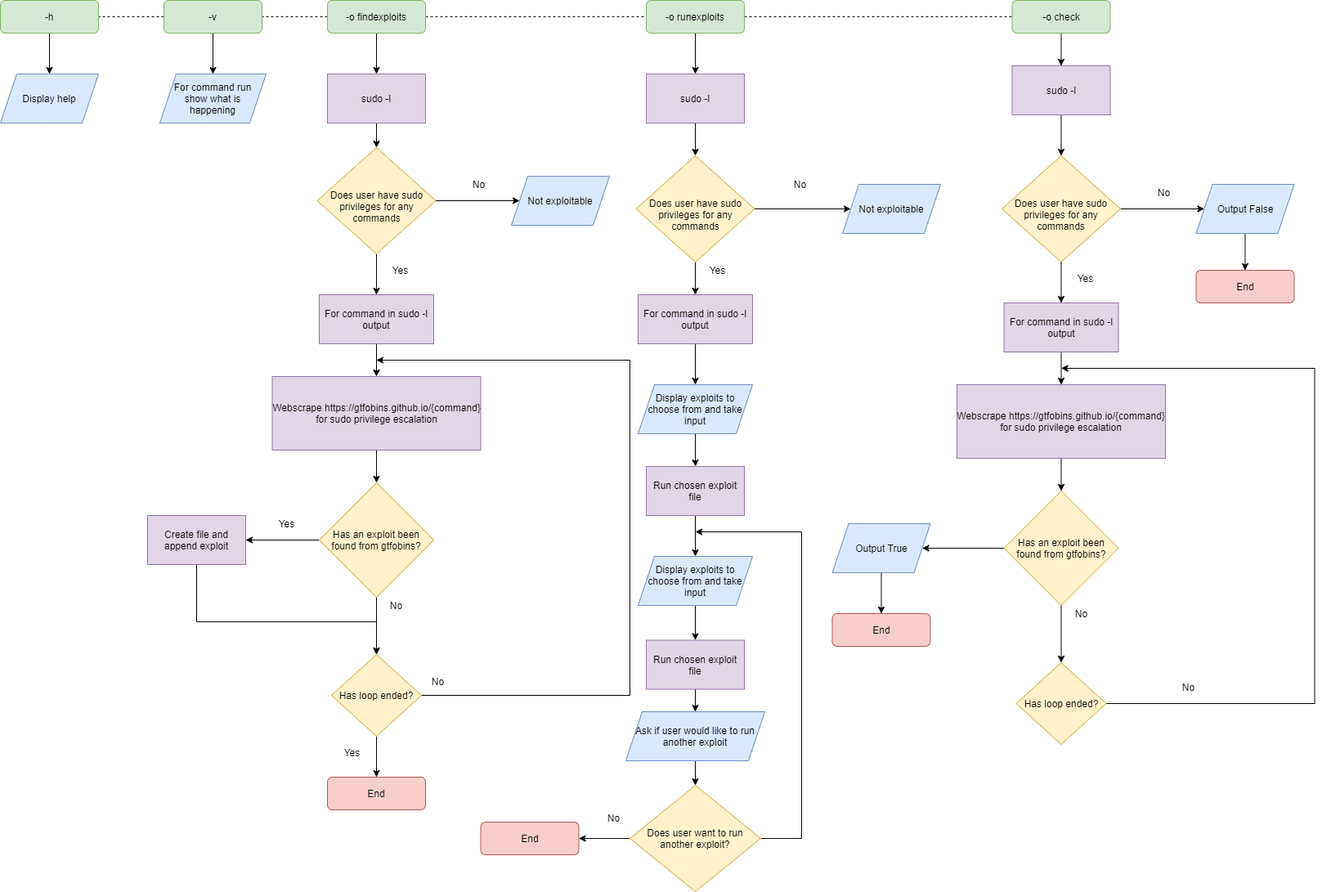
bensmithyx/toolkit keeps this draw.io diagram as Documentation/Charts/pullexploits/Pullexploits-complex-flowchart.png. Above is the earlier version. Source tidied: cells renumbered, new cells last; positions are measured from the earlier drawing's top-left corner, leaving out a move shared by most shapes.
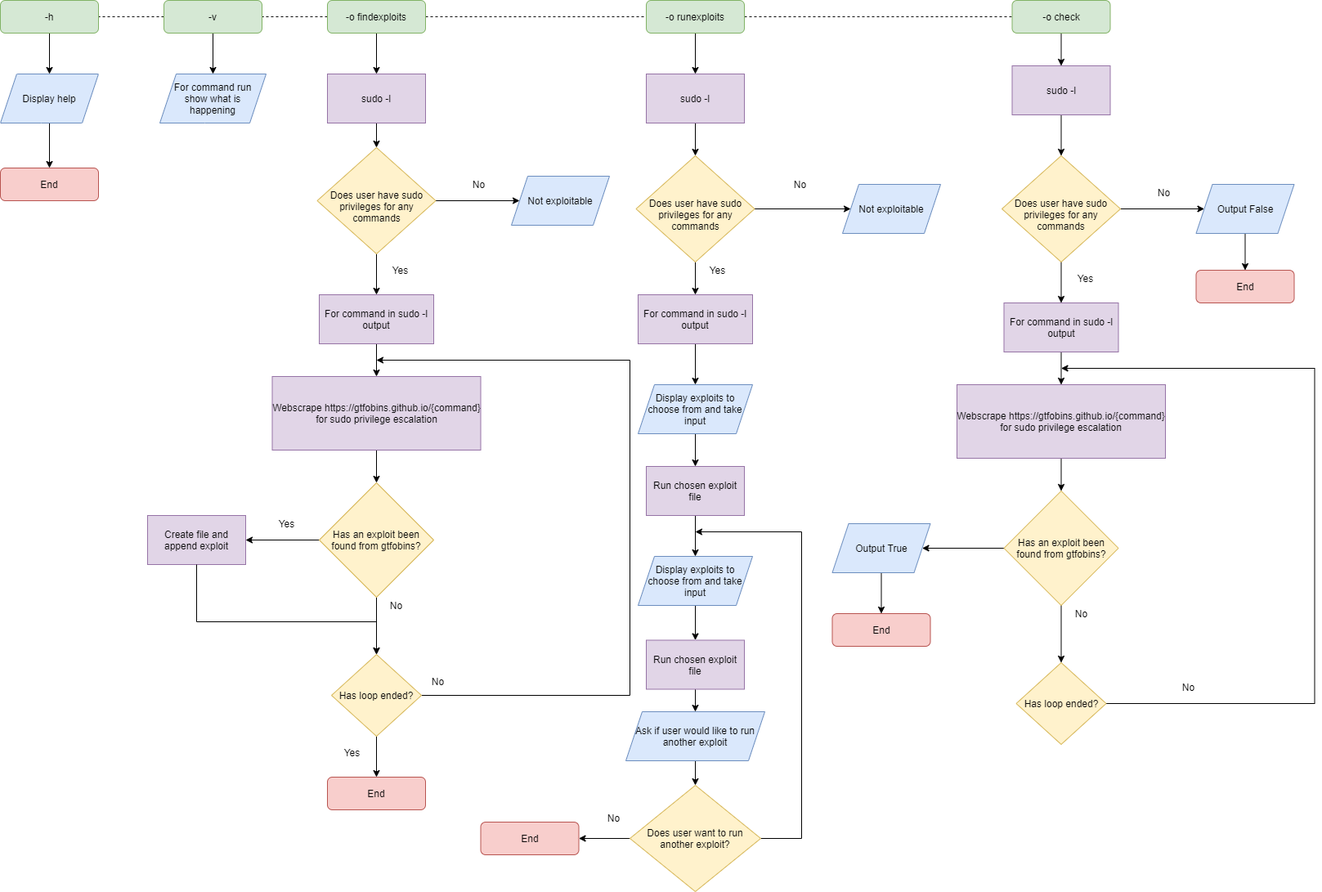
The same diagram one commit later.

Diff of the diagram source:
```diff
@@ -124,6 +124,9 @@
     <mxCell id="38" value="-h" style="rounded=1;whiteSpace=wrap;html=1;fontSize=12;glass=0;strokeWidth=1;shadow=0;fillColor=#d5e8d4;strokeColor=#82b366;" parent="1" vertex="1">
       <mxGeometry width="120" height="40" as="geometry" />
     </mxCell>
+    <mxCell id="92" style="edgeStyle=orthogonalEdgeStyle;rounded=0;jettySize=auto;html=1;exitX=0.5;exitY=1;exitDx=0;exitDy=0;entryX=0.5;entryY=0;entryDx=0;entryDy=0;" parent="1" edge="1" source="39" target="93">
+      <mxGeometry relative="1" as="geometry" />
+    </mxCell>
     <mxCell id="39" value="Display help" style="shape=parallelogram;perimeter=parallelogramPerimeter;whiteSpace=wrap;html=1;fixedSize=1;rounded=1;shadow=0;strokeColor=#6c8ebf;strokeWidth=1;fillColor=#dae8fc;glass=0;arcSize=3;" parent="1" vertex="1">
       <mxGeometry y="90" width="120" height="60" as="geometry" />
     </mxCell>
@@ -295,5 +298,8 @@
     <mxCell id="91" value="Yes" style="text;html=1;align=center;verticalAlign=middle;" parent="1" vertex="1">
       <mxGeometry x="410" y="910" width="40" height="20" as="geometry" />
     </mxCell>
+    <mxCell id="93" value="End" style="rounded=1;whiteSpace=wrap;html=1;fontSize=12;glass=0;strokeWidth=1;shadow=0;fillColor=#f8cecc;strokeColor=#b85450;" parent="1" vertex="1">
+      <mxGeometry y="205" width="120" height="40" as="geometry" />
+    </mxCell>
   </root>
 </mxGraphModel>
```
